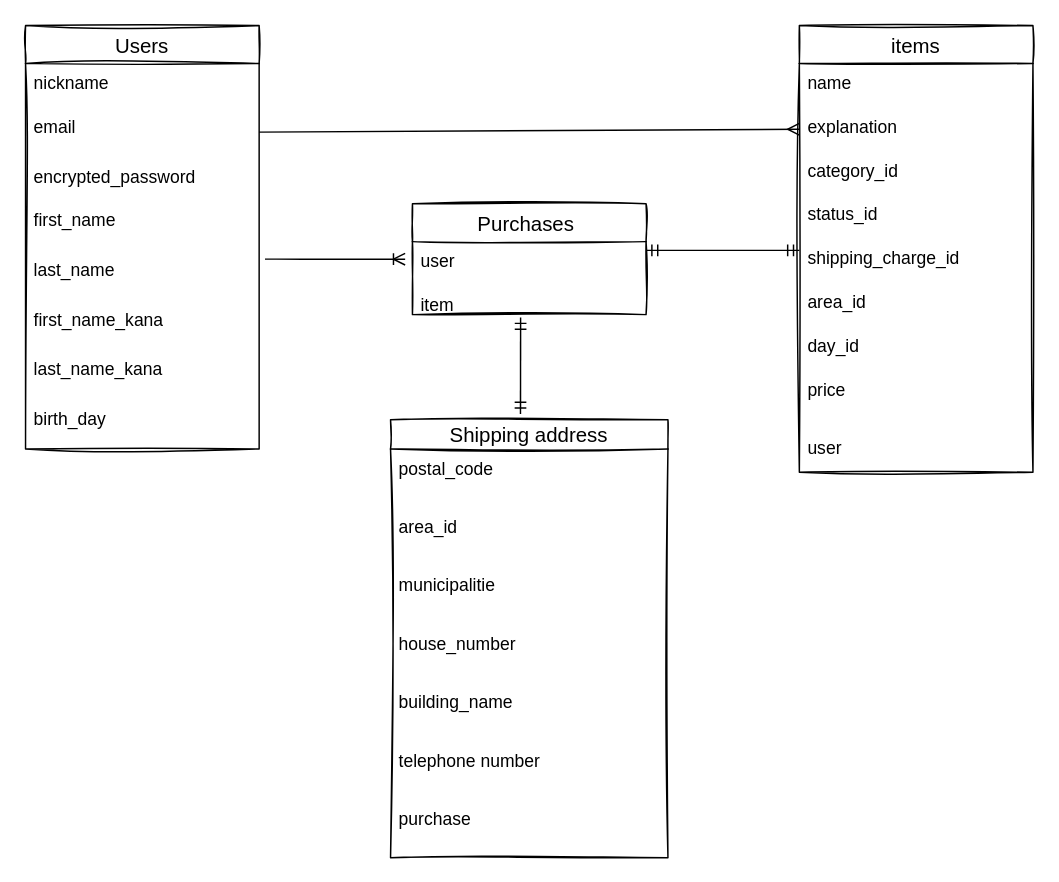
Before: test.dio in hiroki917/furima-36021, a draw.io diagram. Source tidied: cells renumbered, new cells numbered last; positions are measured from the earlier drawing's top-left corner, leaving out a move shared by most shapes. Both pictures are drawn from the tidied source at 146%, with x=0, y=0 at pixel (25, 25).
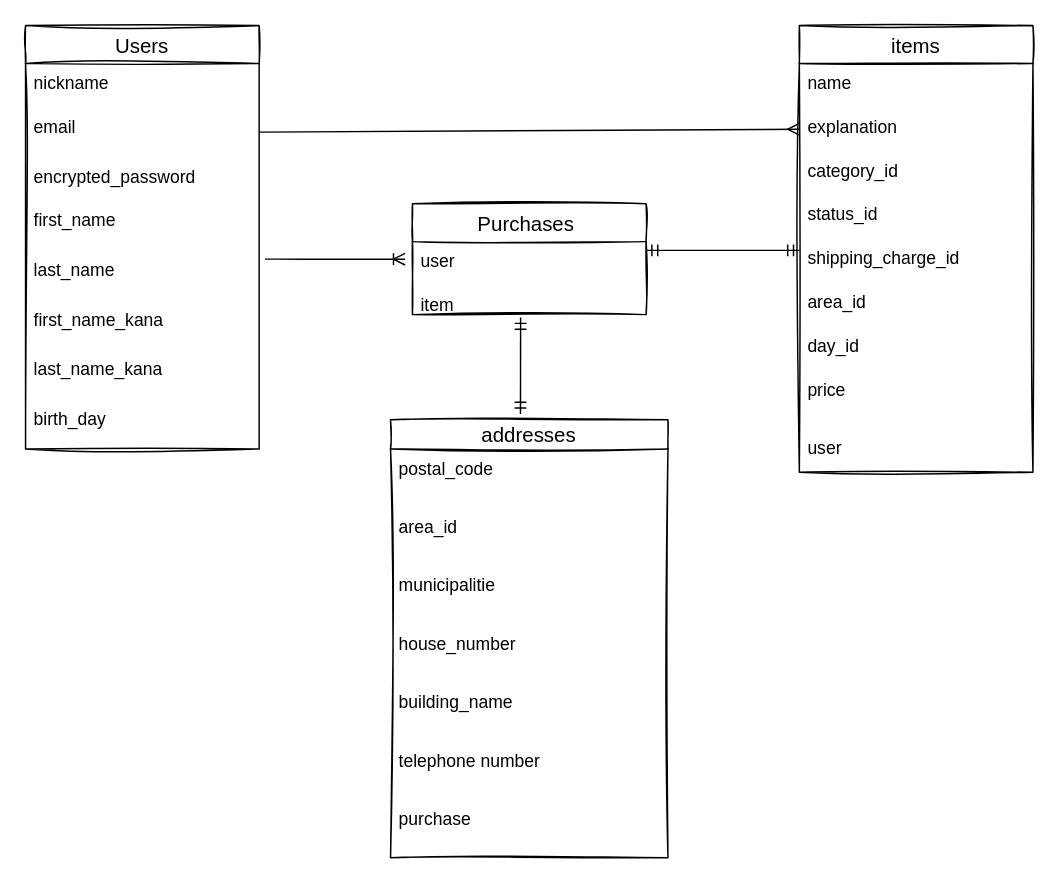
The same diagram, later.

Diff of the diagram source:
```diff
@@
-    <mxCell id="24" value="Shipping address" style="swimlane;fontStyle=0;horizontal=1;startSize=20;align=center;fontSize=14;sketch=1;" parent="1" vertex="1">
+    <mxCell id="24" value="addresses" style="swimlane;fontStyle=0;horizontal=1;startSize=20;align=center;fontSize=14;sketch=1;" parent="1" vertex="1">
       <mxGeometry x="250" y="270" width="190" height="300" as="geometry" />
     </mxCell>
```
